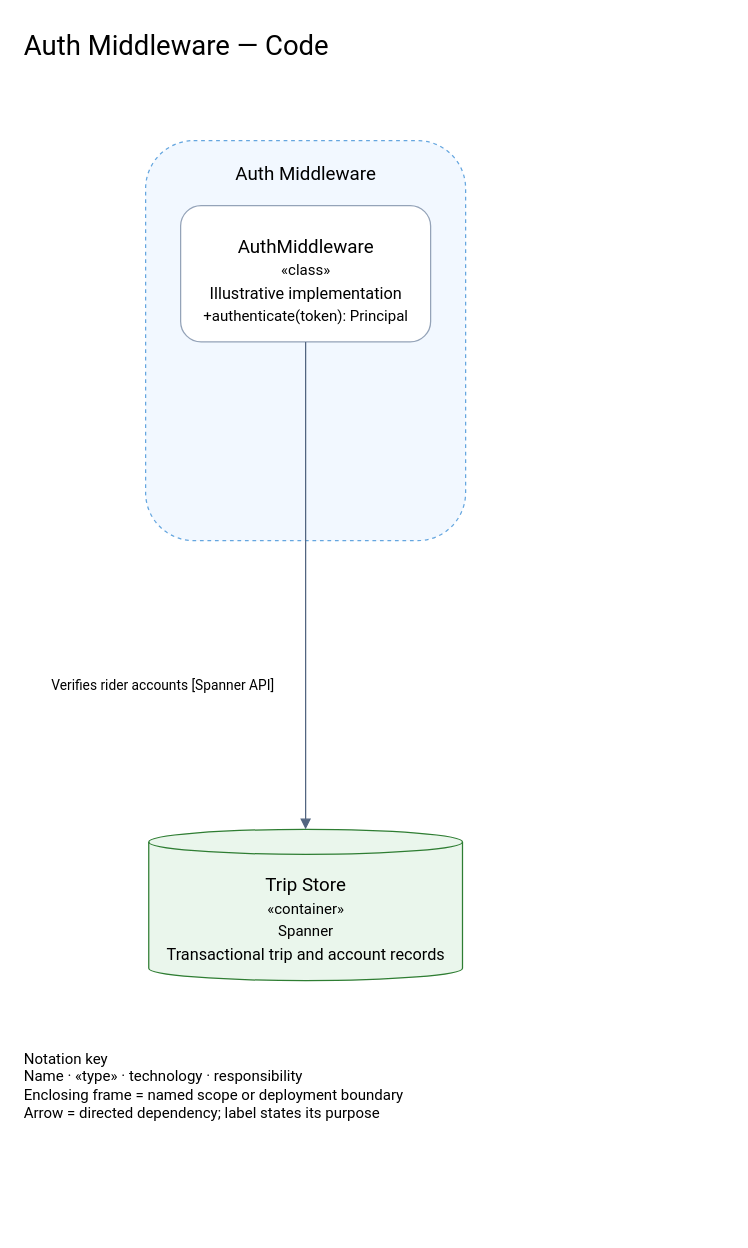
Earlier version of the draw.io diagram examples/gcp-suite/c4-gcp/icon-style-modern/04-code/code-auth-middleware.drawio (tyler59simon/architecture-suite-plugin). Source tidied: cells renumbered, new cells numbered last; positions are measured from the earlier drawing's top-left corner, leaving out a move shared by most shapes. Both pictures are drawn from the tidied source at 125%, with x=0, y=0 at pixel (21, 21). Pictures stored in the file or linked from it are replaced by grey dashed boxes.
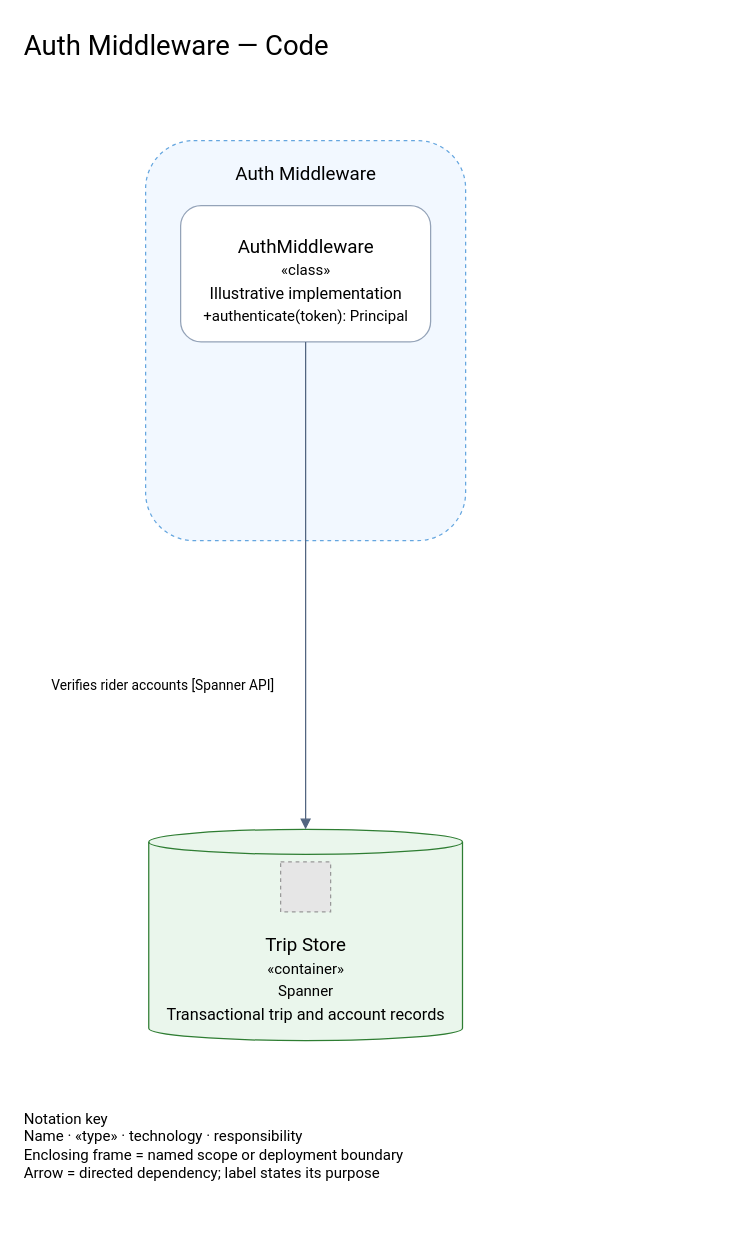
The same diagram, later.

Diff of the diagram source:
```diff
@@
 <mxGraphModel>
   <root>
     <mxCell id="0" />
     <mxCell id="1" parent="0" />
     <mxCell id="2" value="Auth Middleware — Code" style="text;html=1;fontSize=22;align=left;fontFamily=Roboto;" parent="1" vertex="1">
       <mxGeometry width="564" height="55" as="geometry" />
     </mxCell>
     <mxCell id="3" style="shape=cylinder3;boundedLbl=1;backgroundOutline=1;size=10;fillColor=#eaf6ec;strokeColor=#2e7d32;dashed=0;" parent="1" vertex="1">
-      <mxGeometry x="101.5" y="646" width="251" height="121" as="geometry" />
+      <mxGeometry x="101.5" y="646" width="251" height="169" as="geometry" />
     </mxCell>
     <mxCell id="4" value="Trip Store" style="text;html=1;align=center;fontSize=15;fontFamily=Roboto;spacing=0;" parent="3" vertex="1">
-      <mxGeometry y="31" width="251" height="22" as="geometry" />
+      <mxGeometry y="79" width="251" height="22" as="geometry" />
     </mxCell>
     <mxCell id="5" value="«container»" style="text;html=1;align=center;fontSize=12;fontFamily=Roboto;spacing=0;" parent="3" vertex="1">
-      <mxGeometry y="52" width="251" height="18" as="geometry" />
+      <mxGeometry y="100" width="251" height="18" as="geometry" />
     </mxCell>
     <mxCell id="6" value="Spanner" style="text;html=1;align=center;fontSize=12;fontFamily=Roboto;spacing=0;" parent="3" vertex="1">
-      <mxGeometry y="70" width="251" height="18" as="geometry" />
+      <mxGeometry y="118" width="251" height="18" as="geometry" />
     </mxCell>
     <mxCell id="7" value="Transactional trip and account records" style="text;html=1;align=center;fontSize=13;fontFamily=Roboto;spacing=0;" parent="3" vertex="1">
-      <mxGeometry y="88" width="251" height="19" as="geometry" />
+      <mxGeometry y="136" width="251" height="19" as="geometry" />
     </mxCell>
+    <mxCell id="18" style="fillColor=#E6E6E6;strokeColor=#999999;dashed=1;" parent="3" vertex="1">
+      <mxGeometry x="105.5" y="26" width="40" height="40" as="geometry" />
+    </mxCell>
     <mxCell id="8" style="rounded=1;fillColor=#f2f8ff;strokeColor=#65a6df;dashed=1;" parent="1" vertex="1">
       <mxGeometry x="99" y="95" width="256" height="320" as="geometry" />
     </mxCell>
     <mxCell id="9" value="Auth Middleware" style="text;html=1;align=center;fontSize=15;fontFamily=Roboto;spacing=0;" parent="8" vertex="1">
       <mxGeometry y="13" width="256" height="22" as="geometry" />
     </mxCell>
     <mxCell id="10" style="rounded=1;fillColor=#ffffff;strokeColor=#94a3b8;dashed=0;" parent="8" vertex="1">
       <mxGeometry x="28" y="52" width="200" height="109" as="geometry" />
     </mxCell>
     <mxCell id="11" value="AuthMiddleware" style="text;html=1;align=center;fontSize=15;fontFamily=Roboto;spacing=0;" parent="10" vertex="1">
       <mxGeometry y="19" width="200" height="22" as="geometry" />
     </mxCell>
     <mxCell id="12" value="«class»" style="text;html=1;align=center;fontSize=12;fontFamily=Roboto;spacing=0;" parent="10" vertex="1">
       <mxGeometry y="40" width="200" height="18" as="geometry" />
     </mxCell>
     <mxCell id="13" value="Illustrative implementation" style="text;html=1;align=center;fontSize=13;fontFamily=Roboto;spacing=0;" parent="10" vertex="1">
       <mxGeometry y="58" width="200" height="19" as="geometry" />
     </mxCell>
     <mxCell id="14" value="+authenticate(token): Principal" style="text;html=1;align=center;fontSize=12;fontFamily=Roboto;spacing=0;" parent="10" vertex="1">
       <mxGeometry y="77" width="200" height="18" as="geometry" />
     </mxCell>
     <mxCell id="15" style="endArrow=block;dashed=0;rounded=0;strokeColor=#526580;exitX=0.5;exitY=1.0;exitPerimeter=0;entryX=0.5;entryY=0.0;entryPerimeter=0;noEdgeStyle=1;" parent="1" edge="1" source="10" target="3">
       <mxGeometry relative="1" as="geometry" />
     </mxCell>
     <mxCell id="16" value="Verifies rider accounts [Spanner API]" style="text;html=1;fillColor=#ffffff;fontSize=11;fontFamily=Roboto;spacing=0;" parent="1" vertex="1">
       <mxGeometry x="24" y="520" width="201" height="26" as="geometry" />
     </mxCell>
     <mxCell id="17" value="Notation key&lt;br&gt;Name · «type» · technology · responsibility&lt;br&gt;Enclosing frame = named scope or deployment boundary&lt;br&gt;Arrow = directed dependency; label states its purpose" style="text;html=1;align=left;fontSize=12;fontFamily=Roboto;" parent="1" vertex="1">
-      <mxGeometry y="816" width="560" height="100" as="geometry" />
+      <mxGeometry y="864" width="560" height="100" as="geometry" />
     </mxCell>
   </root>
 </mxGraphModel>
```
